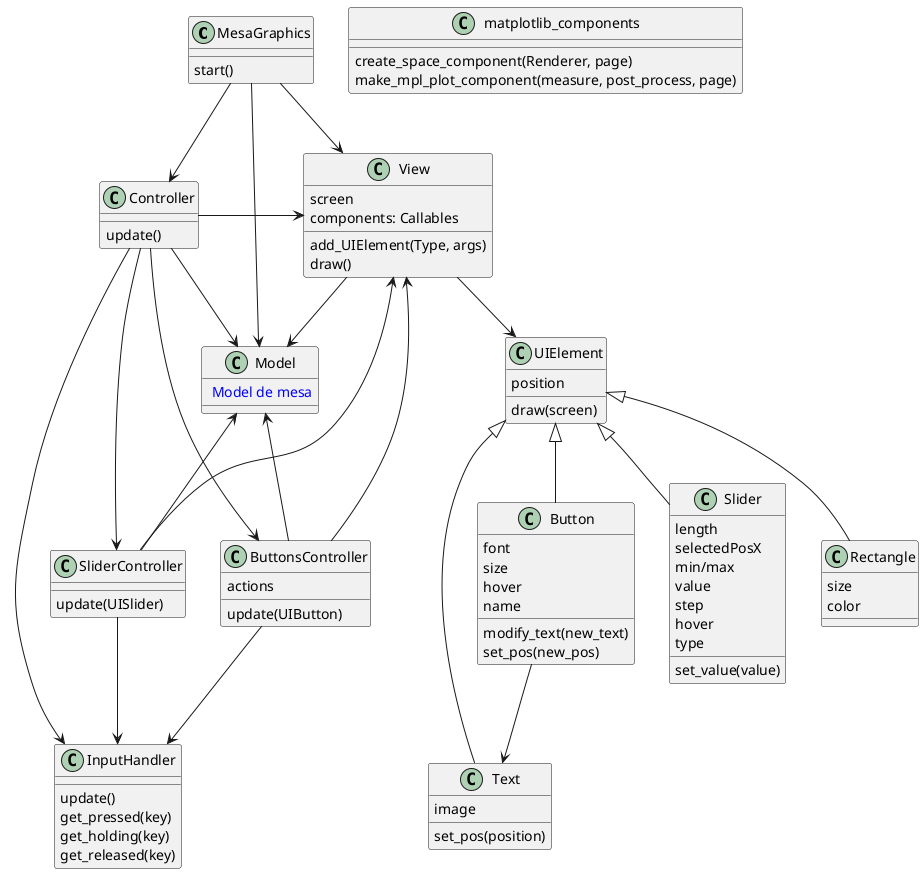
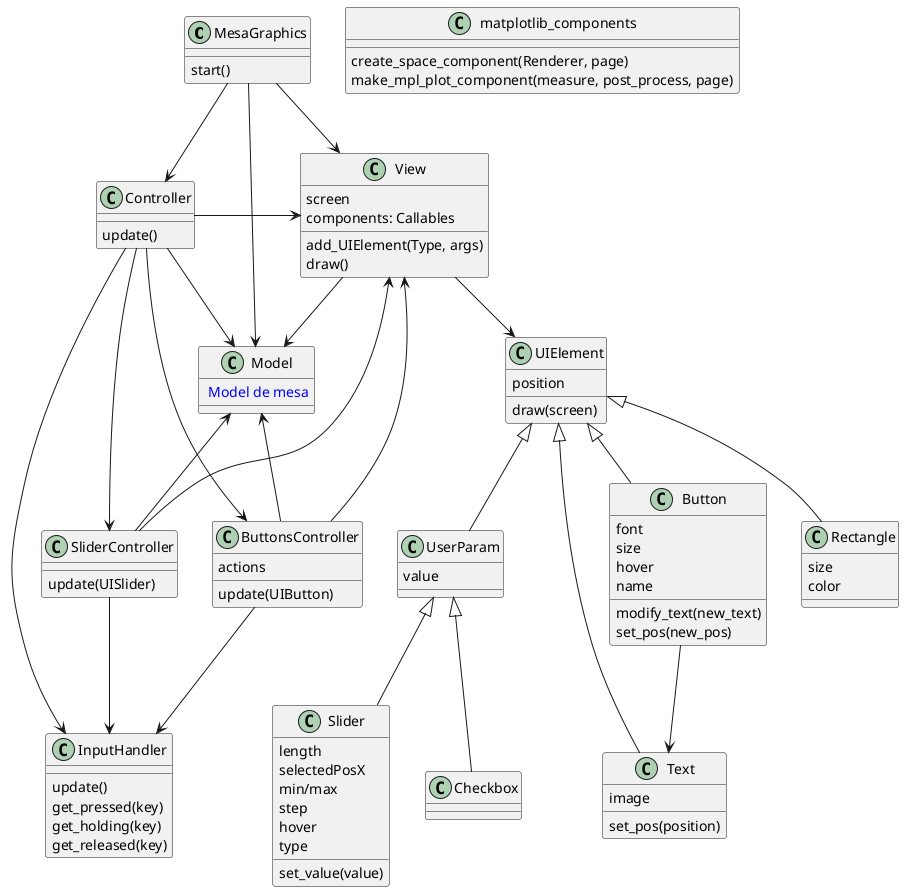
@startuml

class MesaGraphics
MesaGraphics : start()

class View
View : screen
View : components: Callables
View : add_UIElement(Type, args)
View : draw()

class Controller
Controller : update()

Controller -> View
Controller -> Model
View --> Model

MesaGraphics --> View
MesaGraphics --> Controller
MesaGraphics --> Model

/' ########## Controller part ########## '/

class InputHandler
InputHandler : update()
InputHandler : get_pressed(key)
InputHandler : get_holding(key)
InputHandler : get_released(key)

Controller --> InputHandler

class ButtonsController
ButtonsController : actions
ButtonsController : update(UIButton)
Controller --> ButtonsController
View <-- ButtonsController
Model <-- ButtonsController
ButtonsController --> InputHandler


class SliderController
SliderController : update(UISlider)
Controller --> SliderController
View <-- SliderController
Model <-- SliderController
SliderController --> InputHandler

/' ########## Model part ########## '/

class Model
Model : <color:blue> Model de mesa

/' ##########  View part ########## '/


class UIElement
UIElement : position
UIElement : draw(screen)
View --> UIElement

class Rectangle
UIElement <|-- Rectangle
Rectangle : size
Rectangle : color

class Text
Text : image
Text : set_pos(position)
UIElement <|-- Text

class Button
Button : font
Button : size
Button : hover
Button : name
Button : modify_text(new_text)
Button : set_pos(new_pos)
UIElement <|-- Button
Button --> Text

+ class UserParam
+ UserParam : value
+ UIElement <|-- UserParam
+ 
class Slider
Slider : length
Slider : selectedPosX
Slider : min/max
- Slider : value
Slider : step
Slider : hover
Slider : type
Slider : set_value(value)
- UIElement <|-- Slider
+ UserParam <|-- Slider
+ 
+ class Checkbox
+ UserParam <|-- Checkbox


class matplotlib_components
matplotlib_components : create_space_component(Renderer, page)
matplotlib_components : make_mpl_plot_component(measure, post_process, page)

@enduml